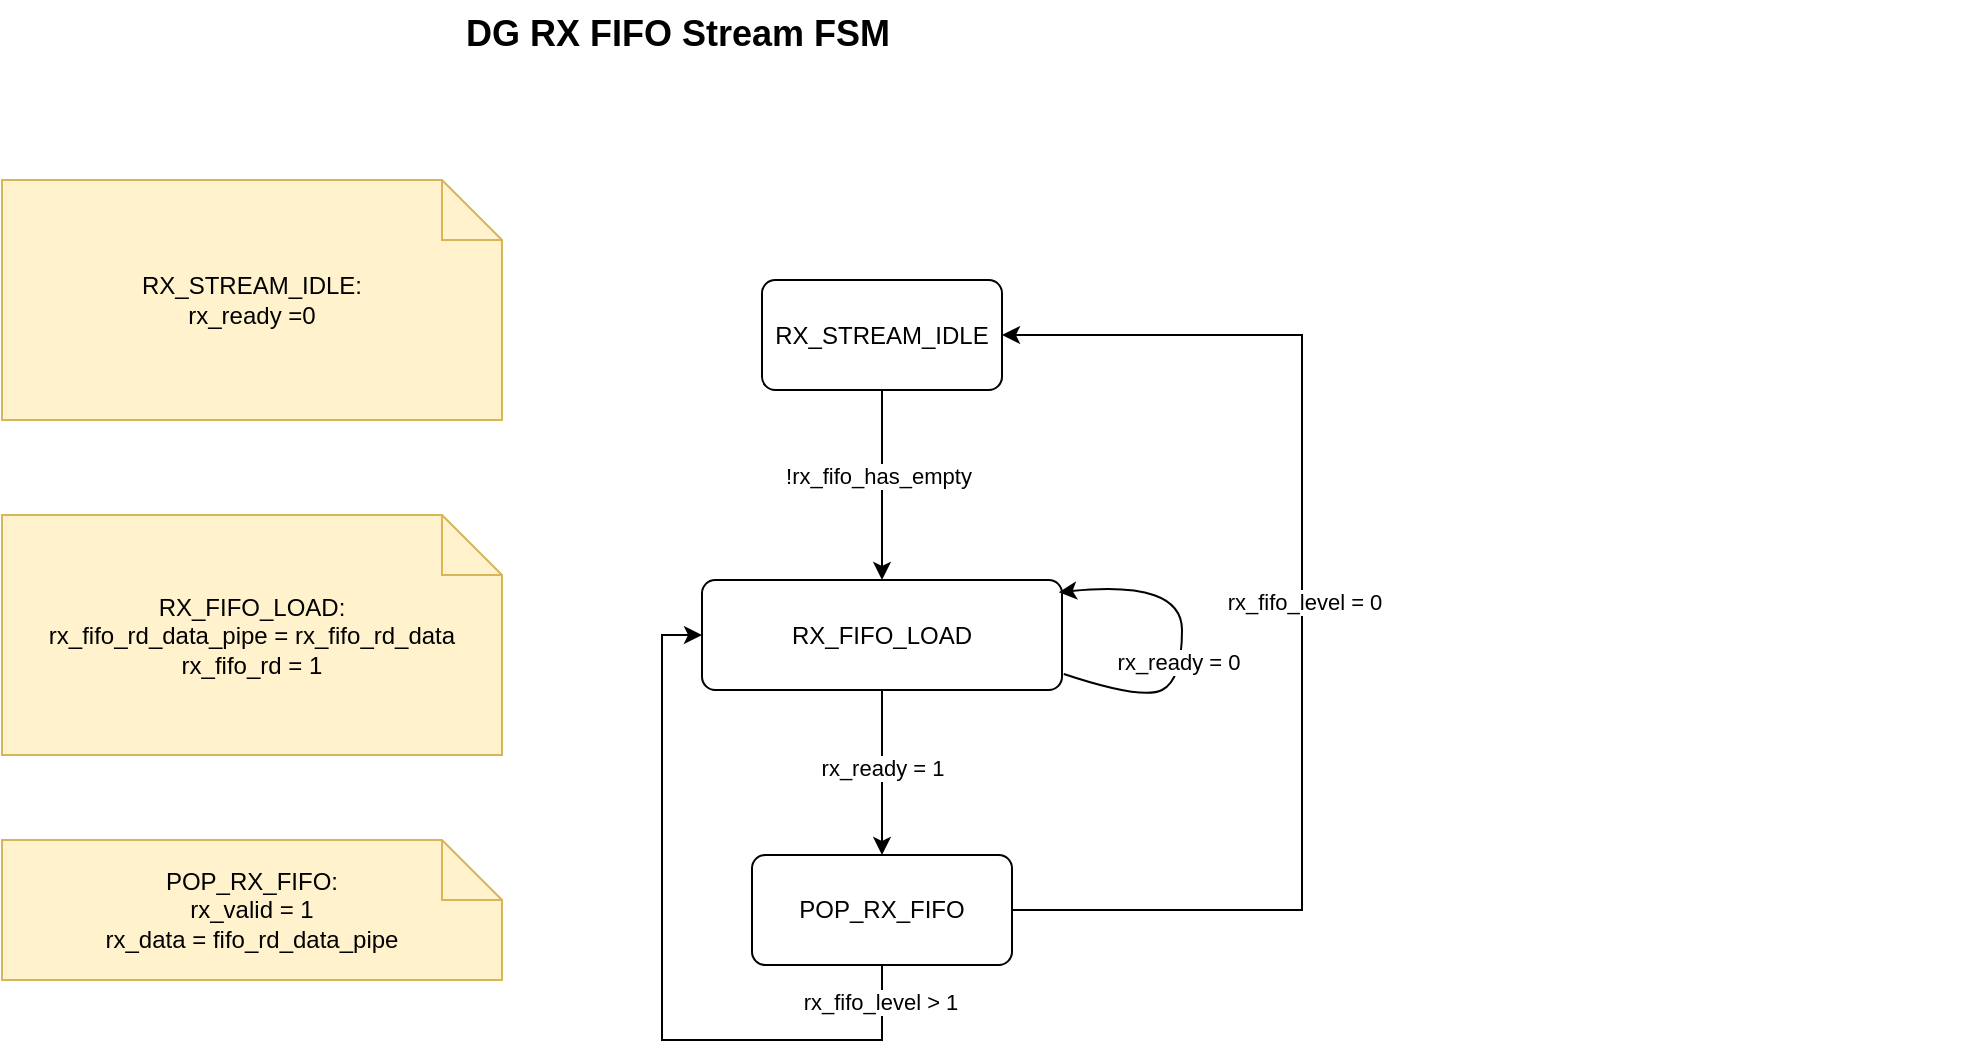
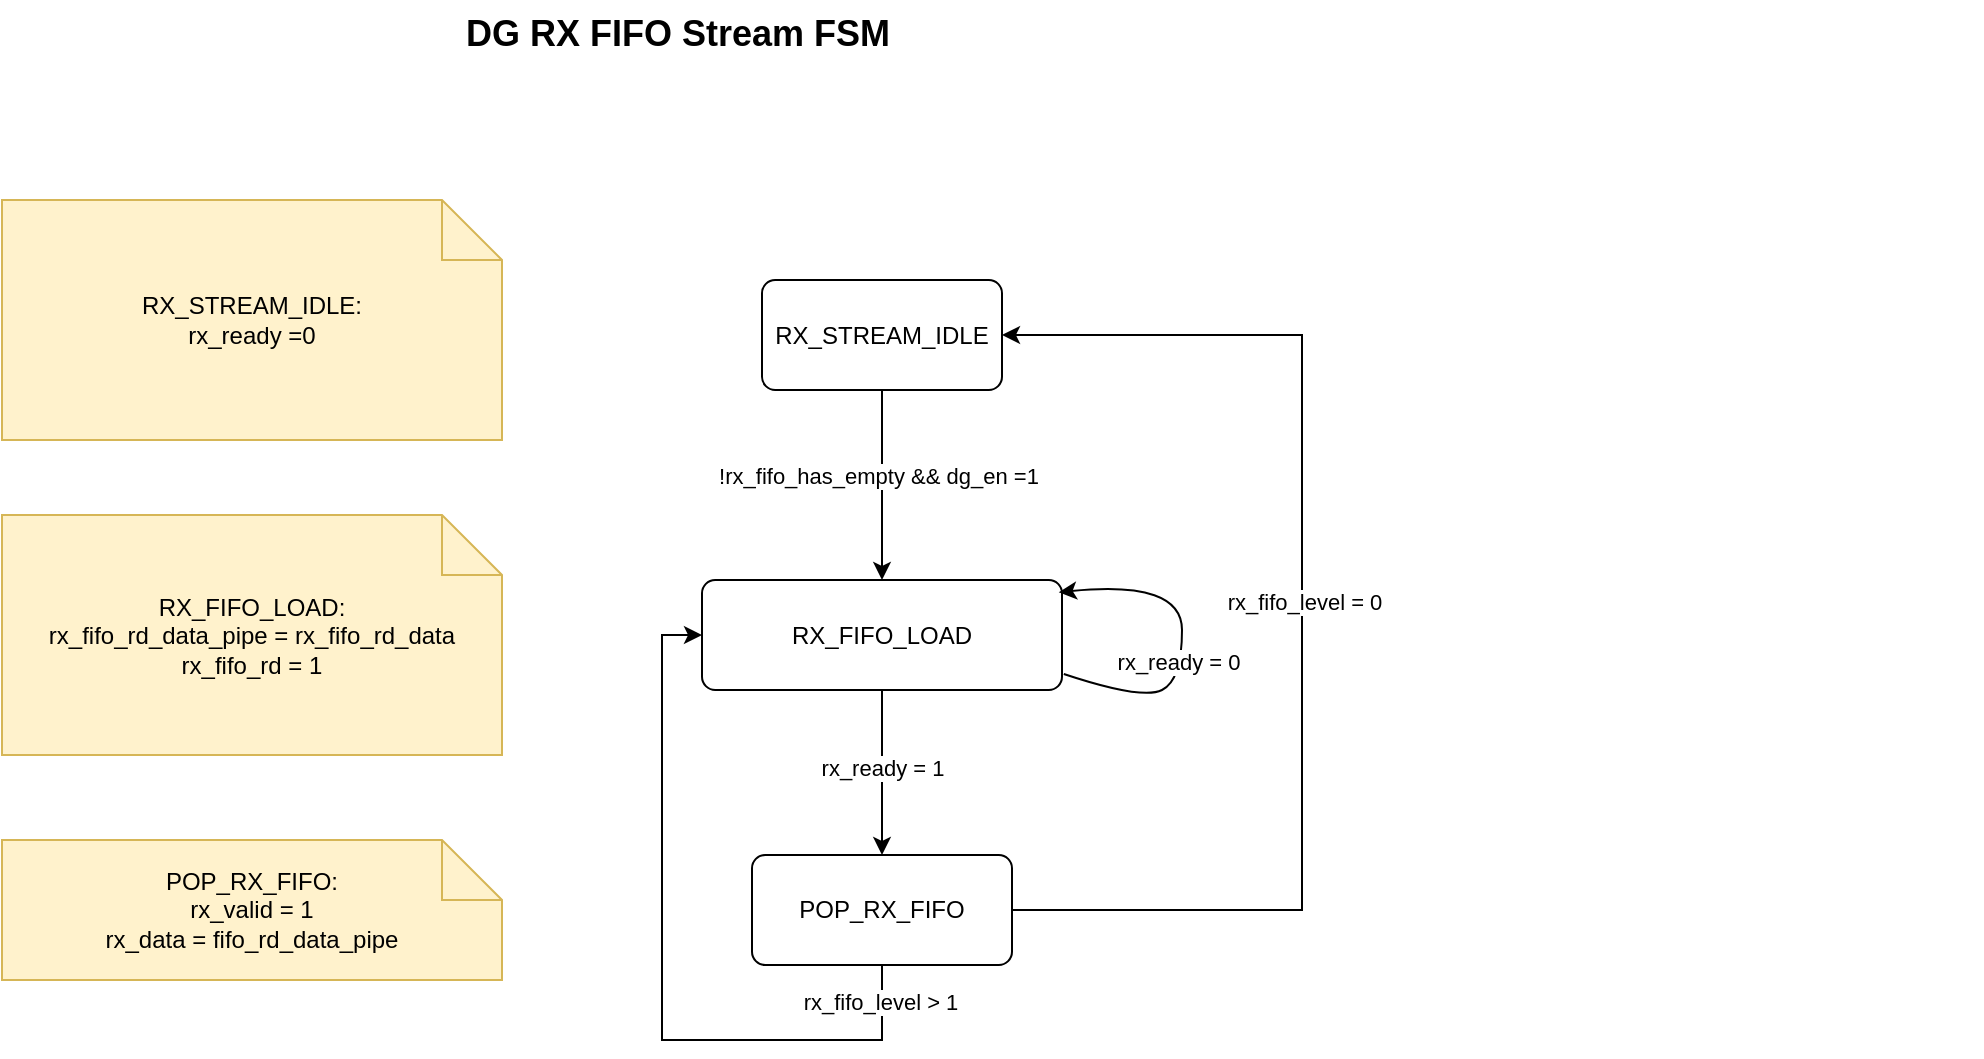
<mxfile host="app.diagrams.net">
  <diagram name="第 1 页" id="1fRNLwPgRf_CtldP1hrz">
    <mxGraphModel dx="-981" dy="380" grid="1" gridSize="10" guides="1" tooltips="1" connect="1" arrows="1" fold="1" page="1" pageScale="1" pageWidth="827" pageHeight="1169" math="0" shadow="0">
      <root>
        <mxCell id="0" />
        <mxCell id="1" parent="0" />
        <mxCell id="M1j7goV4bkzS5Lg1R7Bt-28" parent="1" style="text;html=1;strokeColor=none;fillColor=none;fontSize=18;fontStyle=1;" value="DG RX FIFO Stream FSM&amp;nbsp;&amp;nbsp;" vertex="1">
          <mxGeometry height="40" width="760" x="2040" y="130" as="geometry" />
        </mxCell>
        <mxCell id="M1j7goV4bkzS5Lg1R7Bt-29" parent="1" style="rounded=1;whiteSpace=wrap;html=1;arcSize=12;fillColor=#ffffff;strokeColor=#000000;" value="RX_STREAM_IDLE" vertex="1">
          <mxGeometry height="55" width="120" x="2190" y="270" as="geometry" />
        </mxCell>
        <mxCell id="M1j7goV4bkzS5Lg1R7Bt-30" parent="1" style="rounded=1;whiteSpace=wrap;html=1;arcSize=12;fillColor=#ffffff;strokeColor=#000000;" value="RX_FIFO_LOAD" vertex="1">
          <mxGeometry height="55" width="180" x="2160" y="420" as="geometry" />
        </mxCell>
        <mxCell id="M1j7goV4bkzS5Lg1R7Bt-31" edge="1" parent="1" source="M1j7goV4bkzS5Lg1R7Bt-29" style="endArrow=classic;html=1;rounded=0;exitX=0.5;exitY=1;exitDx=0;exitDy=0;entryX=0.5;entryY=0;entryDx=0;entryDy=0;" target="M1j7goV4bkzS5Lg1R7Bt-30" value="">
          <mxGeometry height="50" relative="1" width="50" as="geometry">
            <mxPoint x="2270" y="390" as="sourcePoint" />
            <mxPoint x="2320" y="340" as="targetPoint" />
          </mxGeometry>
        </mxCell>
-         <mxCell id="M1j7goV4bkzS5Lg1R7Bt-32" connectable="0" parent="M1j7goV4bkzS5Lg1R7Bt-31" style="edgeLabel;html=1;align=center;verticalAlign=middle;resizable=0;points=[];" value="!rx_fifo_has_empty" vertex="1">
+         <mxCell id="M1j7goV4bkzS5Lg1R7Bt-32" connectable="0" parent="M1j7goV4bkzS5Lg1R7Bt-31" style="edgeLabel;html=1;align=center;verticalAlign=middle;resizable=0;points=[];" value="!rx_fifo_has_empty &amp;amp;&amp;amp; dg_en =1" vertex="1">
          <mxGeometry relative="1" x="-0.0927" y="-2" as="geometry">
            <mxPoint as="offset" />
          </mxGeometry>
        </mxCell>
        <mxCell id="M1j7goV4bkzS5Lg1R7Bt-33" parent="1" style="shape=note;whiteSpace=wrap;html=1;fillColor=#fff2cc;strokeColor=#d6b656;" value="RX_FIFO_LOAD:&lt;div&gt;rx_fifo_rd_data_pipe = rx_fifo_rd_data&lt;br&gt;&lt;/div&gt;&lt;div&gt;rx_fifo_rd = 1&lt;/div&gt;" vertex="1">
          <mxGeometry height="120" width="250" x="1810" y="387.5" as="geometry" />
        </mxCell>
        <mxCell id="M1j7goV4bkzS5Lg1R7Bt-34" parent="1" style="rounded=1;whiteSpace=wrap;html=1;arcSize=12;fillColor=#ffffff;strokeColor=#000000;" value="POP_RX_FIFO" vertex="1">
          <mxGeometry height="55" width="130" x="2185" y="557.5" as="geometry" />
        </mxCell>
        <mxCell id="M1j7goV4bkzS5Lg1R7Bt-35" edge="1" parent="1" source="M1j7goV4bkzS5Lg1R7Bt-30" style="endArrow=classic;html=1;rounded=0;exitX=0.5;exitY=1;exitDx=0;exitDy=0;entryX=0.5;entryY=0;entryDx=0;entryDy=0;" target="M1j7goV4bkzS5Lg1R7Bt-34" value="">
          <mxGeometry height="50" relative="1" width="50" as="geometry">
            <mxPoint x="2260" y="540" as="sourcePoint" />
            <mxPoint x="2310" y="490" as="targetPoint" />
          </mxGeometry>
        </mxCell>
        <mxCell id="M1j7goV4bkzS5Lg1R7Bt-36" connectable="0" parent="M1j7goV4bkzS5Lg1R7Bt-35" style="edgeLabel;html=1;align=center;verticalAlign=middle;resizable=0;points=[];" value="rx_ready = 1" vertex="1">
          <mxGeometry relative="1" x="-0.0537" as="geometry">
            <mxPoint as="offset" />
          </mxGeometry>
        </mxCell>
        <mxCell id="M1j7goV4bkzS5Lg1R7Bt-37" parent="1" style="shape=note;whiteSpace=wrap;html=1;fillColor=#fff2cc;strokeColor=#d6b656;" value="POP_RX_FIFO:&lt;div&gt;rx_valid = 1&lt;/div&gt;&lt;div&gt;rx_data = fifo_rd_data_pipe&lt;/div&gt;" vertex="1">
          <mxGeometry height="70" width="250" x="1810" y="550" as="geometry" />
        </mxCell>
        <mxCell id="M1j7goV4bkzS5Lg1R7Bt-38" parent="1" style="shape=note;whiteSpace=wrap;html=1;fillColor=#fff2cc;strokeColor=#d6b656;" value="RX_STREAM_IDLE:&lt;div&gt;rx_ready =0&lt;/div&gt;" vertex="1">
-           <mxGeometry height="120" width="250" x="1810" y="220" as="geometry" />
+           <mxGeometry height="120" width="250" x="1810" y="230" as="geometry" />
        </mxCell>
        <mxCell id="M1j7goV4bkzS5Lg1R7Bt-39" edge="1" parent="1" source="M1j7goV4bkzS5Lg1R7Bt-34" style="endArrow=classic;html=1;rounded=0;exitX=0.5;exitY=1;exitDx=0;exitDy=0;entryX=0;entryY=0.5;entryDx=0;entryDy=0;edgeStyle=orthogonalEdgeStyle;" target="M1j7goV4bkzS5Lg1R7Bt-30" value="">
          <mxGeometry height="50" relative="1" width="50" as="geometry">
            <Array as="points">
              <mxPoint x="2250" y="650" />
              <mxPoint x="2140" y="650" />
              <mxPoint x="2140" y="448" />
            </Array>
            <mxPoint x="2440" y="550" as="sourcePoint" />
            <mxPoint x="2490" y="500" as="targetPoint" />
          </mxGeometry>
        </mxCell>
        <mxCell id="M1j7goV4bkzS5Lg1R7Bt-40" connectable="0" parent="M1j7goV4bkzS5Lg1R7Bt-39" style="edgeLabel;html=1;align=center;verticalAlign=middle;resizable=0;points=[];" value="rx_fifo_level &amp;gt; 1" vertex="1">
          <mxGeometry relative="1" x="-0.9016" y="-1" as="geometry">
            <mxPoint as="offset" />
          </mxGeometry>
        </mxCell>
        <mxCell id="M1j7goV4bkzS5Lg1R7Bt-41" edge="1" parent="1" source="M1j7goV4bkzS5Lg1R7Bt-34" style="endArrow=classic;html=1;rounded=0;exitX=1;exitY=0.5;exitDx=0;exitDy=0;entryX=1;entryY=0.5;entryDx=0;entryDy=0;edgeStyle=orthogonalEdgeStyle;" target="M1j7goV4bkzS5Lg1R7Bt-29" value="">
          <mxGeometry height="50" relative="1" width="50" as="geometry">
            <Array as="points">
              <mxPoint x="2460" y="585" />
              <mxPoint x="2460" y="298" />
            </Array>
            <mxPoint x="2400" y="580" as="sourcePoint" />
            <mxPoint x="2450" y="530" as="targetPoint" />
          </mxGeometry>
        </mxCell>
        <mxCell id="M1j7goV4bkzS5Lg1R7Bt-42" connectable="0" parent="M1j7goV4bkzS5Lg1R7Bt-41" style="edgeLabel;html=1;align=center;verticalAlign=middle;resizable=0;points=[];" value="rx_fifo_level = 0" vertex="1">
          <mxGeometry relative="1" x="0.0267" y="-1" as="geometry">
            <mxPoint as="offset" />
          </mxGeometry>
        </mxCell>
        <mxCell id="M1j7goV4bkzS5Lg1R7Bt-55" edge="1" parent="1" source="M1j7goV4bkzS5Lg1R7Bt-30" style="curved=1;endArrow=classic;html=1;rounded=0;entryX=0.991;entryY=0.112;entryDx=0;entryDy=0;exitX=1.005;exitY=0.854;exitDx=0;exitDy=0;exitPerimeter=0;entryPerimeter=0;" target="M1j7goV4bkzS5Lg1R7Bt-30" value="">
          <mxGeometry height="50" relative="1" width="50" as="geometry">
            <Array as="points">
              <mxPoint x="2380" y="480" />
              <mxPoint x="2400" y="470" />
              <mxPoint x="2400" y="420" />
            </Array>
            <mxPoint x="2350" y="540" as="sourcePoint" />
            <mxPoint x="2400" y="490" as="targetPoint" />
          </mxGeometry>
        </mxCell>
        <mxCell id="M1j7goV4bkzS5Lg1R7Bt-56" connectable="0" parent="M1j7goV4bkzS5Lg1R7Bt-55" style="edgeLabel;html=1;align=center;verticalAlign=middle;resizable=0;points=[];" value="rx_ready = 0" vertex="1">
          <mxGeometry relative="1" x="-0.1698" y="2" as="geometry">
            <mxPoint as="offset" />
          </mxGeometry>
        </mxCell>
      </root>
    </mxGraphModel>
  </diagram>
</mxfile>
